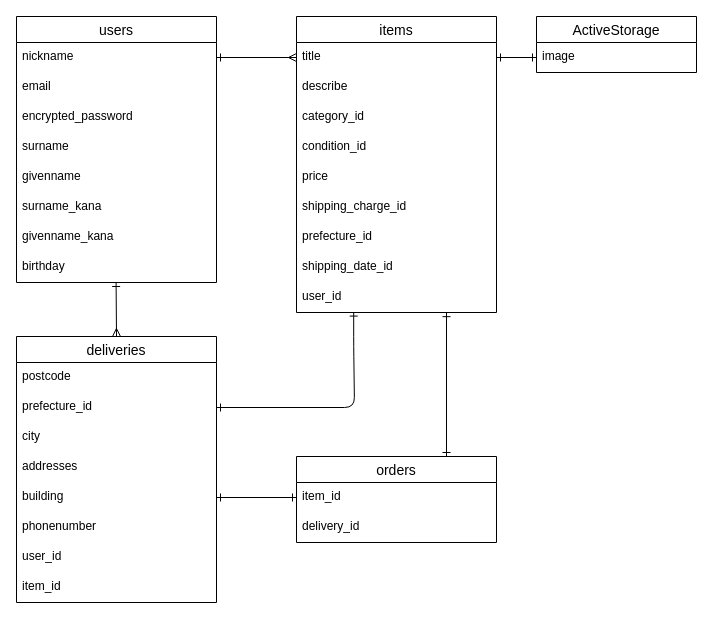
sawara711/furima-39619 keeps this draw.io diagram as README.dio. Above is the earlier version. Source tidied: cells renumbered, new cells numbered last; positions are measured from the earlier drawing's top-left corner, leaving out a move shared by most shapes. Both pictures are drawn from the tidied source at 100%, with x=0, y=0 at pixel (16, 16).
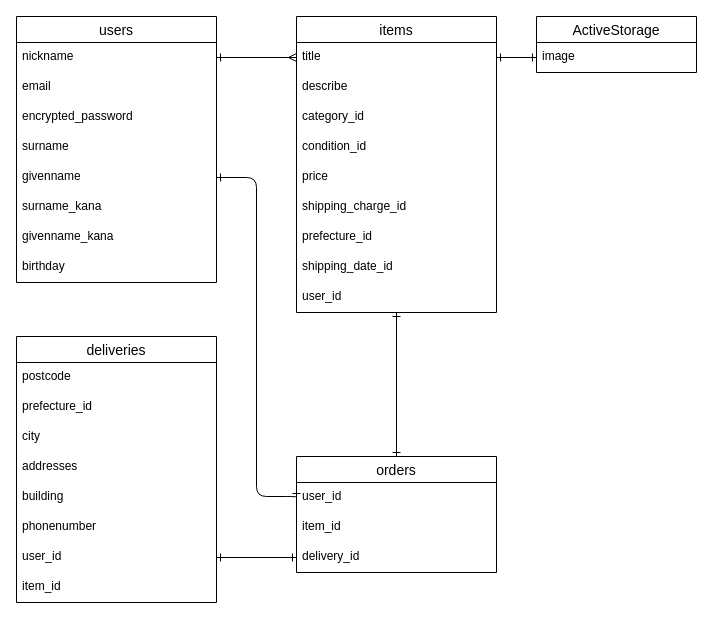
The same diagram, later.

Commit message (it also covers changes not shown here):
テーブル情報及びER図修正②

The change refers to these unchanged cells:
```xml
<mxCell id="11" value="user_id" style="text;strokeColor=none;fillColor=none;spacingLeft=4;spacingRight=4;overflow=hidden;points=[[0,0.5],[1,0.5]];portConstraint=eastwest;fontSize=12;" parent="2" vertex="1">
  <mxGeometry y="266" width="200" height="30" as="geometry" />
</mxCell>
<mxCell id="13" value="deliveries" style="swimlane;fontStyle=0;horizontal=1;startSize=26;align=center;fontSize=14;" parent="1" vertex="1">
  <mxGeometry y="320" width="200" height="266" as="geometry" />
</mxCell>
<mxCell id="15" value="prefecture_id" style="text;strokeColor=none;fillColor=none;spacingLeft=4;spacingRight=4;overflow=hidden;points=[[0,0.5],[1,0.5]];portConstraint=eastwest;fontSize=12;" parent="13" vertex="1">
  <mxGeometry y="56" width="200" height="30" as="geometry" />
</mxCell>
<mxCell id="18" value="building" style="text;strokeColor=none;fillColor=none;spacingLeft=4;spacingRight=4;overflow=hidden;points=[[0,0.5],[1,0.5]];portConstraint=eastwest;fontSize=12;" parent="13" vertex="1">
  <mxGeometry y="146" width="200" height="30" as="geometry" />
</mxCell>
<mxCell id="20" value="user_id" style="text;strokeColor=none;fillColor=none;spacingLeft=4;spacingRight=4;overflow=hidden;points=[[0,0.5],[1,0.5]];portConstraint=eastwest;fontSize=12;" parent="13" vertex="1">
  <mxGeometry y="206" width="200" height="30" as="geometry" />
</mxCell>
<mxCell id="27" value="givenname" style="text;strokeColor=none;fillColor=none;spacingLeft=4;spacingRight=4;overflow=hidden;points=[[0,0.5],[1,0.5]];portConstraint=eastwest;fontSize=12;" parent="22" vertex="1">
  <mxGeometry y="146" width="200" height="30" as="geometry" />
</mxCell>
<mxCell id="30" value="birthday" style="text;strokeColor=none;fillColor=none;spacingLeft=4;spacingRight=4;overflow=hidden;points=[[0,0.5],[1,0.5]];portConstraint=eastwest;fontSize=12;" parent="22" vertex="1">
  <mxGeometry y="236" width="200" height="30" as="geometry" />
</mxCell>
```

Diff of the diagram source:
```diff
@@
-    <mxCell id="12" style="edgeStyle=none;html=1;startArrow=ERone;startFill=0;endArrow=ERone;endFill=0;exitX=0.75;exitY=0;exitDx=0;exitDy=0;entryX=0.75;entryY=1.005;entryDx=0;entryDy=0;entryPerimeter=0;" parent="1" edge="1" source="36" target="11">
+    <mxCell id="12" style="edgeStyle=none;html=1;startArrow=ERone;startFill=0;endArrow=ERone;endFill=0;exitX=0.5;exitY=0;exitDx=0;exitDy=0;" parent="1" edge="1" source="36" target="11">
       <mxGeometry relative="1" as="geometry" />
     </mxCell>
@@
-    <mxCell id="34" style="edgeStyle=orthogonalEdgeStyle;html=1;startArrow=ERone;startFill=0;endArrow=ERone;endFill=0;entryX=1;entryY=0.5;entryDx=0;entryDy=0;exitX=0.286;exitY=0.986;exitDx=0;exitDy=0;exitPerimeter=0;" parent="1" edge="1" source="11" target="15">
+    <mxCell id="34" style="edgeStyle=orthogonalEdgeStyle;html=1;startArrow=ERone;startFill=0;endArrow=ERone;endFill=0;exitX=0;exitY=0.5;exitDx=0;exitDy=0;entryX=1;entryY=0.5;entryDx=0;entryDy=0;" parent="1" edge="1" source="37" target="27">
       <mxGeometry relative="1" as="geometry">
         <Array as="points">
-          <mxPoint x="337" y="330" />
-          <mxPoint x="338" y="330" />
-          <mxPoint x="338" y="391" />
+          <mxPoint x="240" y="480" />
+          <mxPoint x="240" y="161" />
         </Array>
       </mxGeometry>
     </mxCell>
@@
     <mxCell id="36" value="orders" style="swimlane;fontStyle=0;horizontal=1;startSize=26;align=center;fontSize=14;" parent="1" vertex="1">
-      <mxGeometry x="280" y="440" width="200" height="86" as="geometry" />
+      <mxGeometry x="280" y="440" width="200" height="116" as="geometry" />
     </mxCell>
-    <mxCell id="37" value="item_id" style="text;strokeColor=none;fillColor=none;spacingLeft=4;spacingRight=4;overflow=hidden;points=[[0,0.5],[1,0.5]];portConstraint=eastwest;fontSize=12;" parent="36" vertex="1">
+    <mxCell id="37" value="user_id" style="text;strokeColor=none;fillColor=none;spacingLeft=4;spacingRight=4;overflow=hidden;points=[[0,0.5],[1,0.5]];portConstraint=eastwest;fontSize=12;" parent="36" vertex="1">
       <mxGeometry y="26" width="200" height="30" as="geometry" />
     </mxCell>
+    <mxCell id="41" value="item_id" style="text;strokeColor=none;fillColor=none;spacingLeft=4;spacingRight=4;overflow=hidden;fontSize=12;" parent="36" vertex="1">
+      <mxGeometry y="56" width="200" height="30" as="geometry" />
+    </mxCell>
     <mxCell id="38" value="delivery_id" style="text;strokeColor=none;fillColor=none;spacingLeft=4;spacingRight=4;overflow=hidden;points=[[0,0.5],[1,0.5]];portConstraint=eastwest;fontSize=12;" parent="36" vertex="1">
-      <mxGeometry y="56" width="200" height="30" as="geometry" />
+      <mxGeometry y="86" width="200" height="30" as="geometry" />
     </mxCell>
-    <mxCell id="39" style="endArrow=ERmany;html=1;rounded=0;entryX=0.5;entryY=0;entryDx=0;entryDy=0;startArrow=ERone;startFill=0;endFill=0;exitX=0.498;exitY=1;exitDx=0;exitDy=0;exitPerimeter=0;" parent="1" edge="1" source="30" target="13">
-      <mxGeometry relative="1" as="geometry" />
-    </mxCell>
-    <mxCell id="40" style="edgeStyle=none;html=1;startArrow=ERone;startFill=0;endArrow=ERone;endFill=0;exitX=1;exitY=0.5;exitDx=0;exitDy=0;entryX=0;entryY=0.5;entryDx=0;entryDy=0;" parent="1" edge="1" source="18" target="37">
+    <mxCell id="40" style="edgeStyle=none;html=1;startArrow=ERone;startFill=0;endArrow=ERone;endFill=0;exitX=1;exitY=0.5;exitDx=0;exitDy=0;entryX=0;entryY=0.5;entryDx=0;entryDy=0;" parent="1" edge="1" source="20" target="38">
       <mxGeometry relative="1" as="geometry" />
     </mxCell>
```
